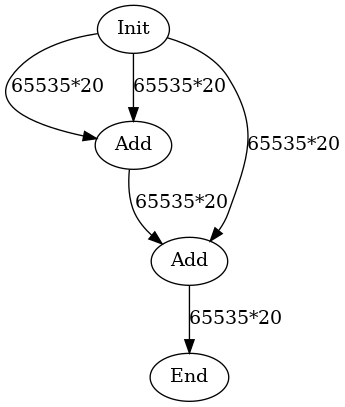
Above: data/graph_poly.dot.png in hal-lab-u-tokyo/PolyFHE (Graphviz), before the change. Its source is kept beside it as data/graph_poly.dot.
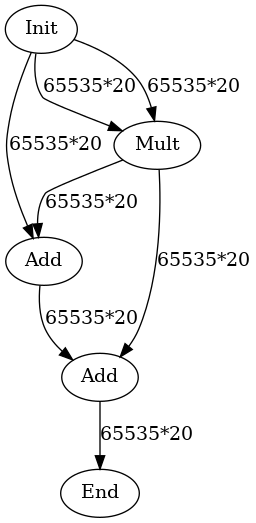
The same diagram one commit later.

The edit, as a diff of the source:
```diff
@@ -1,11 +1,14 @@
 digraph G {
 Init[label="Init"];
-HAdd0[label="Add"];
-HAdd1[label="Add"];
+Add0[label="Add"];
+Add1[label="Add"];
+Mult0[label="Mult"];
 End[label="End"];
-Init->HAdd0[label="65535*20"];
-Init->HAdd0[label="65535*20"];
-Init->HAdd1[label="65535*20"];
-HAdd0->HAdd1[label="65535*20"];
-HAdd1->End[label="65535*20"];
+Init->Mult0[label="65535*20"];
+Init->Mult0[label="65535*20"];
+Init->Add0[label="65535*20"];
+Mult0->Add0[label="65535*20"];
+Mult0->Add1[label="65535*20"];
+Add0->Add1[label="65535*20"];
+Add1->End[label="65535*20"];
 }
```
